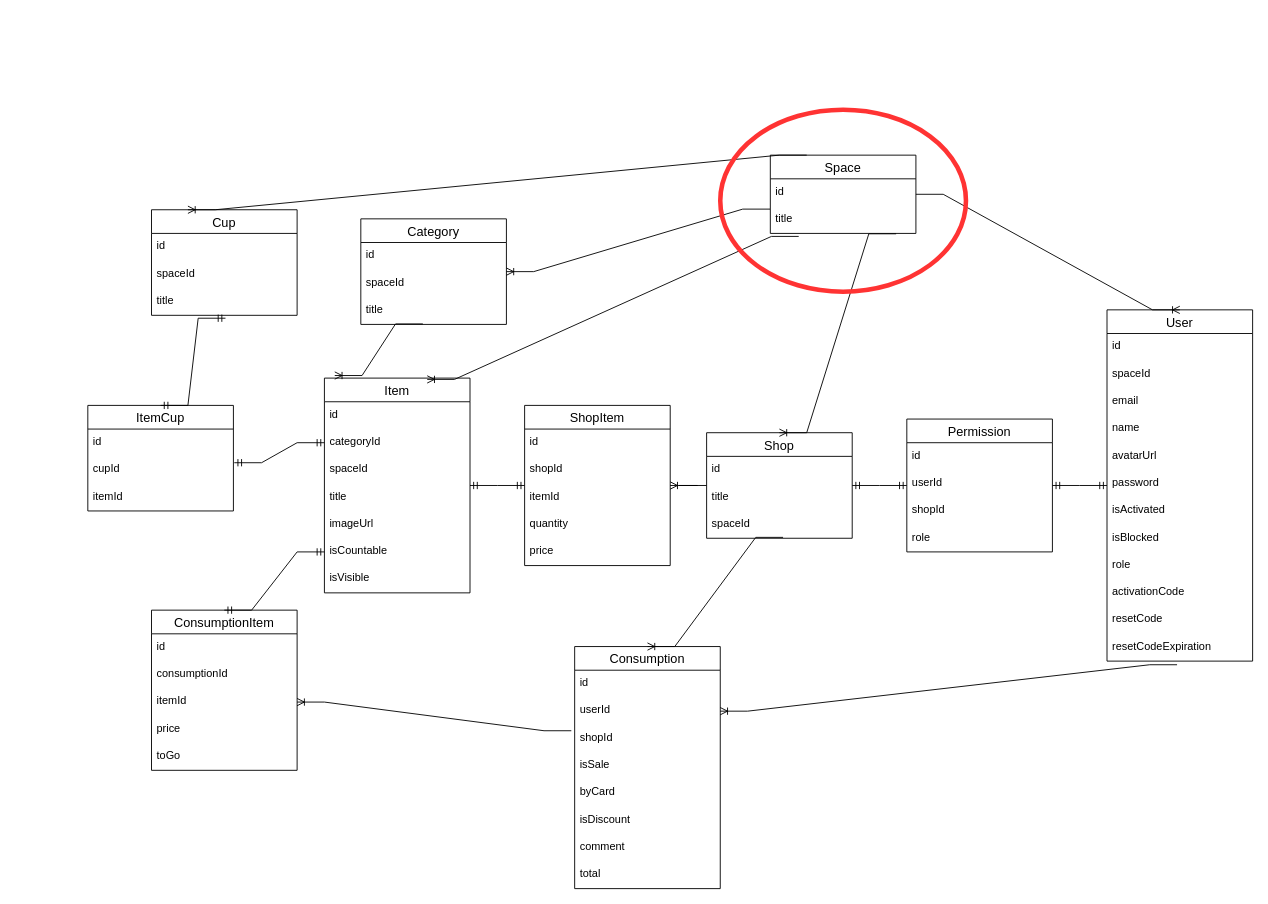
Nik68rus/myhoreca keeps this draw.io diagram as horeca.drawio. Above is the earlier version. Source tidied: cells renumbered, new cells numbered last; positions are measured from the earlier drawing's top-left corner, leaving out a move shared by most shapes. Both pictures are drawn from the tidied source at 91%, with x=0, y=0 at pixel (87, 109).
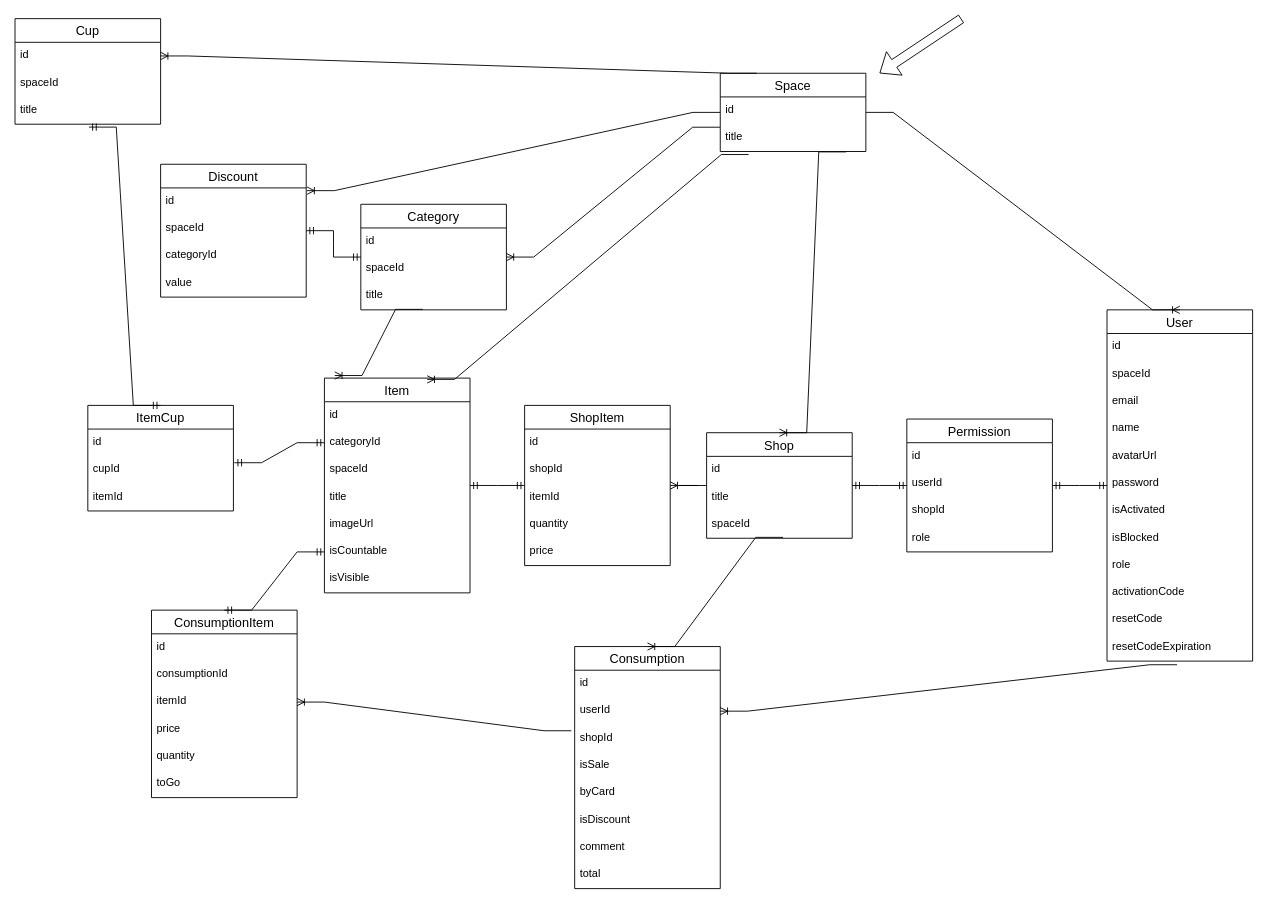
The same page after the edit.

Unchanged cells that the change refers to:
```xml
<mxCell id="43" value="id" style="text;strokeColor=none;fillColor=none;spacingLeft=4;spacingRight=4;overflow=hidden;points=[[0,0.5],[1,0.5]];portConstraint=eastwest;fontSize=12;" parent="42" vertex="1">
  <mxGeometry y="26" width="160" height="30" as="geometry" />
</mxCell>
```

Change to the diagram source:
```diff
@@
     <mxCell id="42" value="Cup" style="swimlane;fontStyle=0;horizontal=1;startSize=26;align=center;fontSize=14;" parent="1" vertex="1">
-      <mxGeometry x="70" y="110" width="160" height="116" as="geometry" />
+      <mxGeometry x="-80" y="-100" width="160" height="116" as="geometry" />
     </mxCell>
@@
     <mxCell id="52" value="ConsumptionItem" style="swimlane;fontStyle=0;horizontal=1;startSize=26;align=center;fontSize=14;" parent="1" vertex="1">
-      <mxGeometry x="70" y="550" width="160" height="176" as="geometry" />
+      <mxGeometry x="70" y="550" width="160" height="206" as="geometry" />
     </mxCell>
@@
+    <mxCell id="85" value="quantity" style="text;strokeColor=none;fillColor=none;spacingLeft=4;spacingRight=4;overflow=hidden;fontSize=12;" parent="52" vertex="1">
+      <mxGeometry y="146" width="160" height="30" as="geometry" />
+    </mxCell>
     <mxCell id="57" value="toGo" style="text;strokeColor=none;fillColor=none;spacingLeft=4;spacingRight=4;overflow=hidden;fontSize=12;" parent="52" vertex="1">
-      <mxGeometry y="146" width="160" height="30" as="geometry" />
+      <mxGeometry y="176" width="160" height="30" as="geometry" />
     </mxCell>
@@
     <mxCell id="71" value="Space" style="swimlane;fontStyle=0;horizontal=1;startSize=26;align=center;fontSize=14;" parent="1" vertex="1">
-      <mxGeometry x="750" y="50" width="160" height="86" as="geometry" />
+      <mxGeometry x="695" y="-40" width="160" height="86" as="geometry" />
     </mxCell>
@@
     <mxCell id="77" value="Category" style="swimlane;fontStyle=0;horizontal=1;startSize=26;align=center;fontSize=14;" parent="1" vertex="1">
-      <mxGeometry x="300" y="120" width="160" height="116" as="geometry" />
+      <mxGeometry x="300" y="104" width="160" height="116" as="geometry" />
     </mxCell>
@@
-    <mxCell id="82" style="edgeStyle=entityRelationEdgeStyle;fontSize=12;html=1;endArrow=ERoneToMany;exitX=0.25;exitY=0;exitDx=0;exitDy=0;entryX=0.25;entryY=0;entryDx=0;entryDy=0;rounded=0;" parent="1" edge="1" source="71" target="42">
+    <mxCell id="82" style="edgeStyle=entityRelationEdgeStyle;fontSize=12;html=1;endArrow=ERoneToMany;exitX=0.25;exitY=0;exitDx=0;exitDy=0;entryX=1;entryY=0.5;entryDx=0;entryDy=0;rounded=0;" parent="1" edge="1" source="71" target="43">
       <mxGeometry x="0.64" y="398" relative="1" as="geometry">
         <mxPoint x="-79" y="8" as="offset" />
       </mxGeometry>
     </mxCell>
-    <mxCell id="83" style="ellipse;whiteSpace=wrap;html=1;fillColor=none;strokeWidth=5;strokeColor=#FF3333;" parent="1" vertex="1">
-      <mxGeometry x="695" width="270" height="200" as="geometry" />
-    </mxCell>
@@
+    <mxCell id="86" value="Discount" style="swimlane;fontStyle=0;horizontal=1;startSize=26;align=center;fontSize=14;" parent="1" vertex="1">
+      <mxGeometry x="80" y="60" width="160" height="146" as="geometry" />
+    </mxCell>
+    <mxCell id="87" value="id" style="text;strokeColor=none;fillColor=none;spacingLeft=4;spacingRight=4;overflow=hidden;points=[[0,0.5],[1,0.5]];portConstraint=eastwest;fontSize=12;" parent="86" vertex="1">
+      <mxGeometry y="26" width="160" height="30" as="geometry" />
+    </mxCell>
+    <mxCell id="88" value="spaceId" style="text;strokeColor=none;fillColor=none;spacingLeft=4;spacingRight=4;overflow=hidden;fontSize=12;" parent="86" vertex="1">
+      <mxGeometry y="56" width="160" height="30" as="geometry" />
+    </mxCell>
+    <mxCell id="89" value="categoryId" style="text;strokeColor=none;fillColor=none;spacingLeft=4;spacingRight=4;overflow=hidden;fontSize=12;" parent="86" vertex="1">
+      <mxGeometry y="86" width="160" height="30" as="geometry" />
+    </mxCell>
+    <mxCell id="90" value="value" style="text;strokeColor=none;fillColor=none;spacingLeft=4;spacingRight=4;overflow=hidden;fontSize=12;" parent="86" vertex="1">
+      <mxGeometry y="116" width="160" height="30" as="geometry" />
+    </mxCell>
+    <mxCell id="91" style="edgeStyle=entityRelationEdgeStyle;fontSize=12;html=1;endArrow=ERoneToMany;rounded=0;entryX=1.006;entryY=0.1;entryDx=0;entryDy=0;entryPerimeter=0;" parent="1" edge="1" source="71" target="87">
+      <mxGeometry relative="1" as="geometry" />
+    </mxCell>
+    <mxCell id="92" style="edgeStyle=entityRelationEdgeStyle;fontSize=12;html=1;endArrow=ERmandOne;startArrow=ERmandOne;rounded=0;" parent="1" edge="1" source="86" target="77">
+      <mxGeometry relative="1" as="geometry" />
+    </mxCell>
+    <mxCell id="93" style="shape=flexArrow;endArrow=classic;html=1;rounded=0;" parent="1" edge="1">
+      <mxGeometry relative="1" as="geometry">
+        <mxPoint x="960" y="-100" as="sourcePoint" />
+        <mxPoint x="870" y="-40" as="targetPoint" />
+      </mxGeometry>
+    </mxCell>
```
